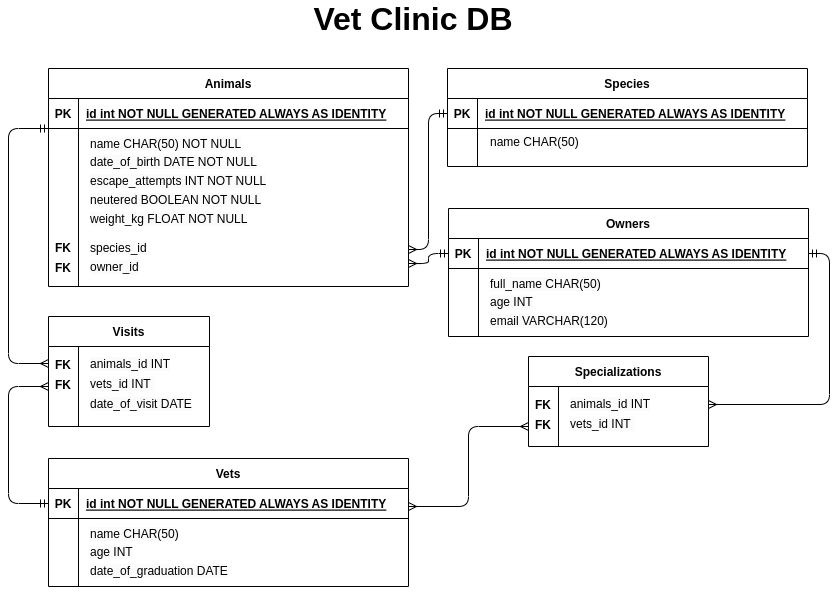
Before: vetclinicdb.png, a diagram exported from draw.io (gealsanchez/vetclinicdb). Source tidied: cells renumbered, new cells last; positions are measured from the earlier drawing's top-left corner, leaving out a move shared by most shapes.
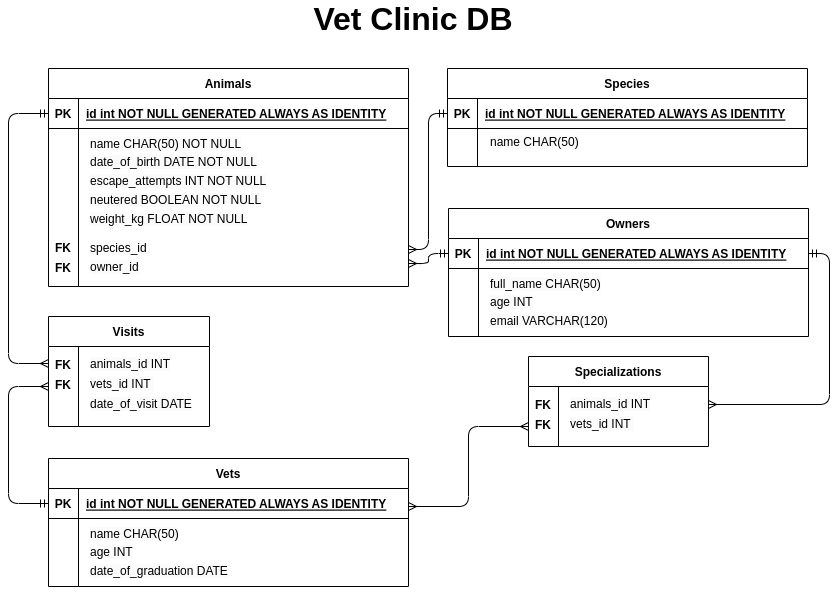
The same diagram one commit later.

Commit message:
Database diagram updated

Diff of the diagram source:
```diff
@@ -77,9 +77,8 @@
     <mxCell id="26" value="FK" style="shape=partialRectangle;overflow=hidden;fillColor=none;top=0;left=0;bottom=0;right=0;fontStyle=1;" parent="1" vertex="1">
       <mxGeometry x="40" y="365" width="30" height="30" as="geometry" />
     </mxCell>
-    <mxCell id="27" style="edgeStyle=elbowEdgeStyle;endArrow=ERmany;startArrow=ERmandOne;endFill=0;startFill=0;" parent="1" edge="1">
+    <mxCell id="27" style="edgeStyle=elbowEdgeStyle;endArrow=ERmany;startArrow=ERmandOne;endFill=0;startFill=0;exitX=0;exitY=0.5;exitDx=0;exitDy=0;" parent="1" edge="1" source="3">
       <mxGeometry relative="1" as="geometry">
-        <mxPoint x="40" y="124" as="sourcePoint" />
         <mxPoint x="40" y="359" as="targetPoint" />
         <Array as="points">
           <mxPoint y="194" />
```
